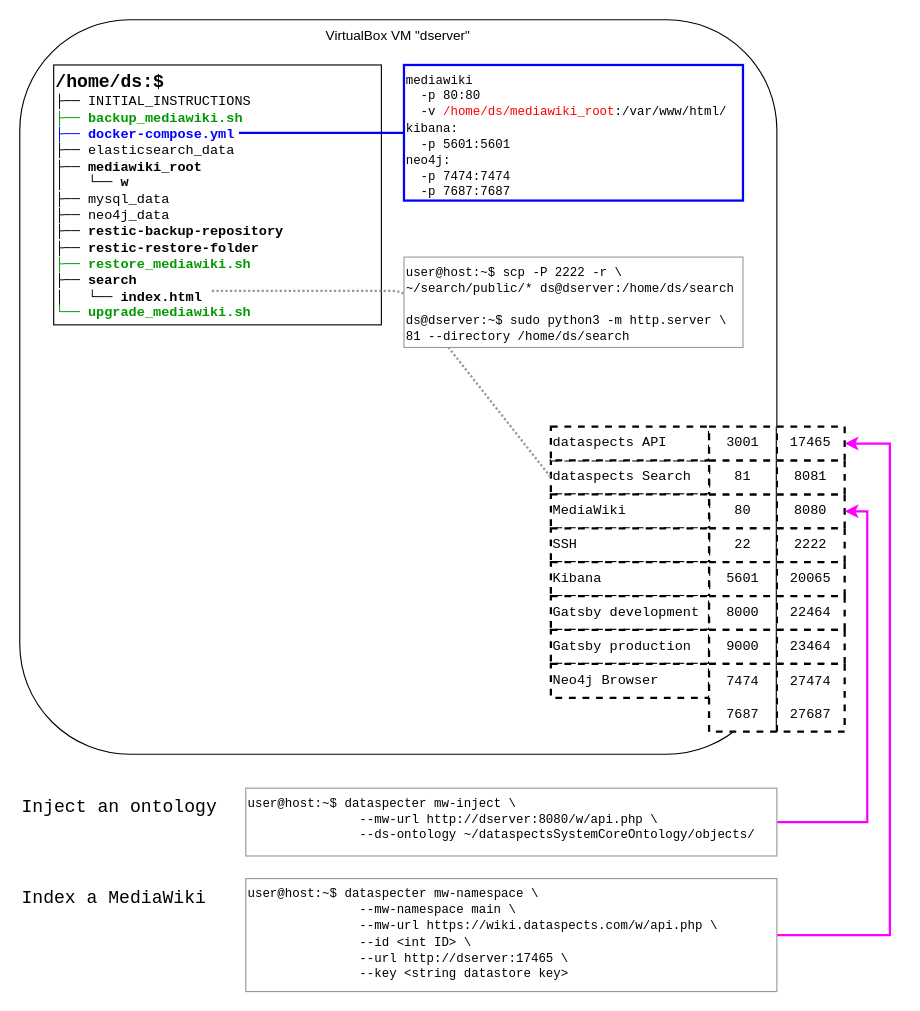
dataspects/dataspectsSystemBuilder keeps this draw.io diagram as drawio/diagrams.drawio. Above is the earlier version. Source tidied: cells renumbered, new cells numbered last; positions are measured from the earlier drawing's top-left corner, leaving out a move shared by most shapes. Both pictures are drawn from the tidied source at 113%, with x=0, y=0 at pixel (19, 19).
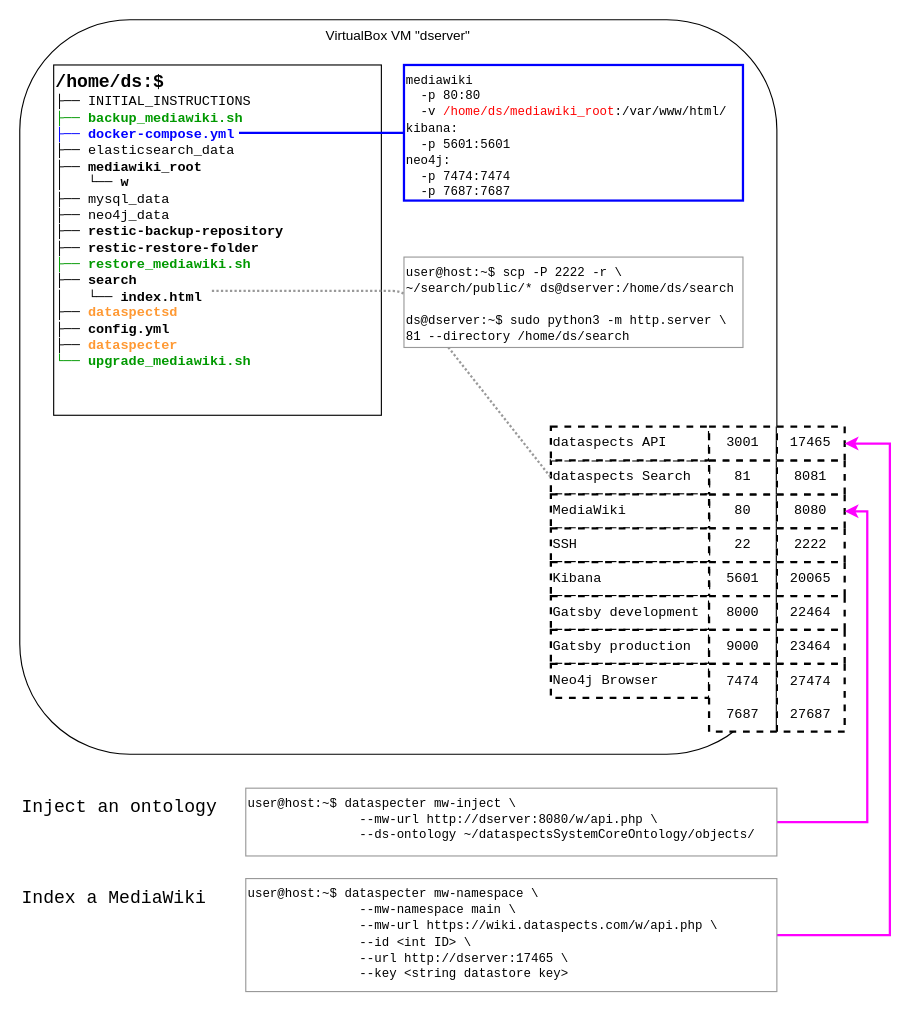
The same diagram, later.

What changed in the source:
```diff
@@
-    <mxCell id="3" value="&lt;div&gt;&lt;font style=&quot;font-size: 16px&quot;&gt;&lt;b&gt;/home/ds:$&lt;/b&gt;&lt;/font&gt;&lt;/div&gt;&lt;div&gt;├── INITIAL_INSTRUCTIONS&lt;/div&gt;&lt;div&gt;&lt;font color=&quot;#009900&quot;&gt;&lt;b&gt;├── backup_mediawiki.sh&lt;/b&gt;&lt;/font&gt;&lt;/div&gt;&lt;div&gt;&lt;font color=&quot;#0000ff&quot;&gt;&lt;b&gt;├── docker-compose.yml&lt;/b&gt;&lt;/font&gt;&lt;/div&gt;&lt;div&gt;├── elasticsearch_data&lt;/div&gt;&lt;div&gt;&lt;b&gt;├── mediawiki_root&lt;/b&gt;&lt;/div&gt;&lt;div&gt;&lt;b&gt;│&amp;nbsp; &amp;nbsp;└── w&lt;/b&gt;&lt;/div&gt;&lt;div&gt;├── mysql_data&lt;/div&gt;&lt;div&gt;&lt;span&gt;├── neo4j_data&lt;/span&gt;&lt;br&gt;&lt;/div&gt;&lt;div&gt;&lt;b&gt;├── restic-backup-repository&lt;/b&gt;&lt;br&gt;&lt;/div&gt;&lt;div&gt;&lt;b&gt;├── restic-restore-folder&lt;/b&gt;&lt;/div&gt;&lt;div&gt;&lt;font color=&quot;#009900&quot;&gt;&lt;b&gt;├── restore_mediawiki.sh&lt;/b&gt;&lt;/font&gt;&lt;/div&gt;&lt;div&gt;&lt;b&gt;├── search&lt;/b&gt;&lt;/div&gt;&lt;div&gt;&lt;b&gt;│&amp;nbsp; &amp;nbsp;└── index.html&lt;/b&gt;&lt;/div&gt;&lt;div&gt;&lt;font color=&quot;#009900&quot;&gt;&lt;b&gt;└── upgrade_mediawiki.sh&lt;/b&gt;&lt;/font&gt;&lt;/div&gt;&lt;div&gt;&lt;br&gt;&lt;/div&gt;" style="rounded=0;whiteSpace=wrap;html=1;align=left;verticalAlign=top;fontFamily=Courier New;" parent="1" vertex="1">
-      <mxGeometry x="30" y="40" width="290" height="230" as="geometry" />
+    <mxCell id="3" value="&lt;div&gt;&lt;font style=&quot;font-size: 16px&quot;&gt;&lt;b&gt;/home/ds:$&lt;/b&gt;&lt;/font&gt;&lt;/div&gt;&lt;div&gt;├── INITIAL_INSTRUCTIONS&lt;/div&gt;&lt;div&gt;&lt;font color=&quot;#009900&quot;&gt;&lt;b&gt;├── backup_mediawiki.sh&lt;/b&gt;&lt;/font&gt;&lt;/div&gt;&lt;div&gt;&lt;font color=&quot;#0000ff&quot;&gt;&lt;b&gt;├── docker-compose.yml&lt;/b&gt;&lt;/font&gt;&lt;/div&gt;&lt;div&gt;├── elasticsearch_data&lt;/div&gt;&lt;div&gt;&lt;b&gt;├── mediawiki_root&lt;/b&gt;&lt;/div&gt;&lt;div&gt;&lt;b&gt;│&amp;nbsp; &amp;nbsp;└── w&lt;/b&gt;&lt;/div&gt;&lt;div&gt;├── mysql_data&lt;/div&gt;&lt;div&gt;&lt;span&gt;├── neo4j_data&lt;/span&gt;&lt;br&gt;&lt;/div&gt;&lt;div&gt;&lt;b&gt;├── restic-backup-repository&lt;/b&gt;&lt;br&gt;&lt;/div&gt;&lt;div&gt;&lt;b&gt;├── restic-restore-folder&lt;/b&gt;&lt;/div&gt;&lt;div&gt;&lt;font color=&quot;#009900&quot;&gt;&lt;b&gt;├── restore_mediawiki.sh&lt;/b&gt;&lt;/font&gt;&lt;/div&gt;&lt;div&gt;&lt;b&gt;├── search&lt;/b&gt;&lt;/div&gt;&lt;div&gt;&lt;b&gt;│&amp;nbsp; &amp;nbsp;└── index.html&lt;/b&gt;&lt;/div&gt;&lt;div&gt;&lt;b&gt;├── &lt;font color=&quot;#ff9933&quot;&gt;dataspectsd&lt;/font&gt;&lt;/b&gt;&lt;font color=&quot;#009900&quot;&gt;&lt;b&gt;&lt;br&gt;&lt;/b&gt;&lt;/font&gt;&lt;/div&gt;&lt;div&gt;&lt;b&gt;├── config.yml&lt;font color=&quot;#ff9933&quot;&gt;&lt;br&gt;&lt;/font&gt;&lt;/b&gt;&lt;/div&gt;&lt;div&gt;&lt;b&gt;├── &lt;font color=&quot;#ff9933&quot;&gt;dataspecter&lt;/font&gt;&lt;/b&gt;&lt;b&gt;&lt;br&gt;&lt;/b&gt;&lt;/div&gt;&lt;div&gt;&lt;font color=&quot;#009900&quot;&gt;&lt;b&gt;└── upgrade_mediawiki.sh&lt;/b&gt;&lt;/font&gt;&lt;/div&gt;&lt;div&gt;&lt;br&gt;&lt;/div&gt;" style="rounded=0;whiteSpace=wrap;html=1;align=left;verticalAlign=top;fontFamily=Courier New;" parent="1" vertex="1">
+      <mxGeometry x="30" y="40" width="290" height="310" as="geometry" />
     </mxCell>
```
